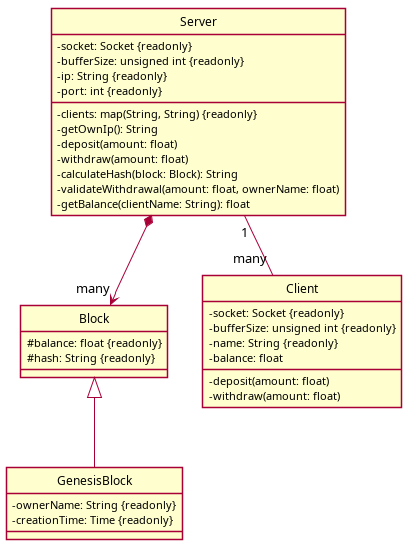
The PlantUML diagram docs/uml/class_diagram.png in Andre-Grassi/mini_blockchain, before a commit. Its source is kept beside it as docs/uml/class_diagram.puml.
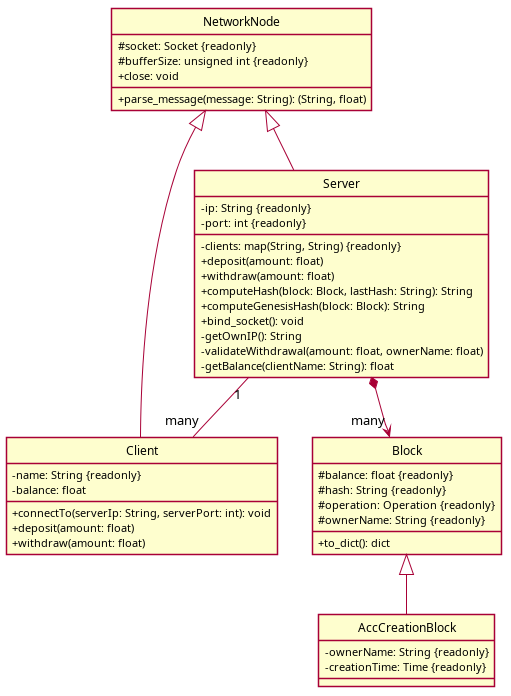
The same file after the commit.

Commit message:
Update UML class diagram

Diff of the diagram source:
```diff
@@ -6,38 +6,51 @@
 class Block {
   #balance: float {readonly}
   #hash: String {readonly}
+  #operation: Operation {readonly}
+  #ownerName: String {readonly}
+
+  +to_dict(): dict
 }
 
-class GenesisBlock {
+class AccCreationBlock {
   -ownerName: String {readonly}
   -creationTime: Time {readonly}
 }
 
-Block <|-- GenesisBlock
+Block <|-- AccCreationBlock
 
 
+class NetworkNode {
+  #socket: Socket {readonly}
+  #bufferSize: unsigned int {readonly}
+  +close: void
+  +parse_message(message: String): (String, float)
+}
+
 class Client {
-  -socket: Socket {readonly}
-  -bufferSize: unsigned int {readonly}
   -name: String {readonly}
   -balance: float
-  -deposit(amount: float)
-  -withdraw(amount: float)
+  +connectTo(serverIp: String, serverPort: int): void
+  +deposit(amount: float)
+  +withdraw(amount: float)
 }
 
 class Server {
-  -socket: Socket {readonly}
-  -bufferSize: unsigned int {readonly}
   -ip: String {readonly}
   -port: int {readonly}
   -clients: map(String, String) {readonly}
+  +deposit(amount: float)
+  +withdraw(amount: float)
+  +computeHash(block: Block, lastHash: String): String
+  +computeGenesisHash(block: Block): String
+  +bind_socket(): void
   -getOwnIP(): String
-  -deposit(amount: float)
-  -withdraw(amount: float)
-  -calculateHash(block: Block): String
   -validateWithdrawal(amount: float, ownerName: float)
   -getBalance(clientName: String): float
 }
+
+NetworkNode <|-- Client
+NetworkNode <|-- Server
 
 Server *--> "many" Block
 
```
